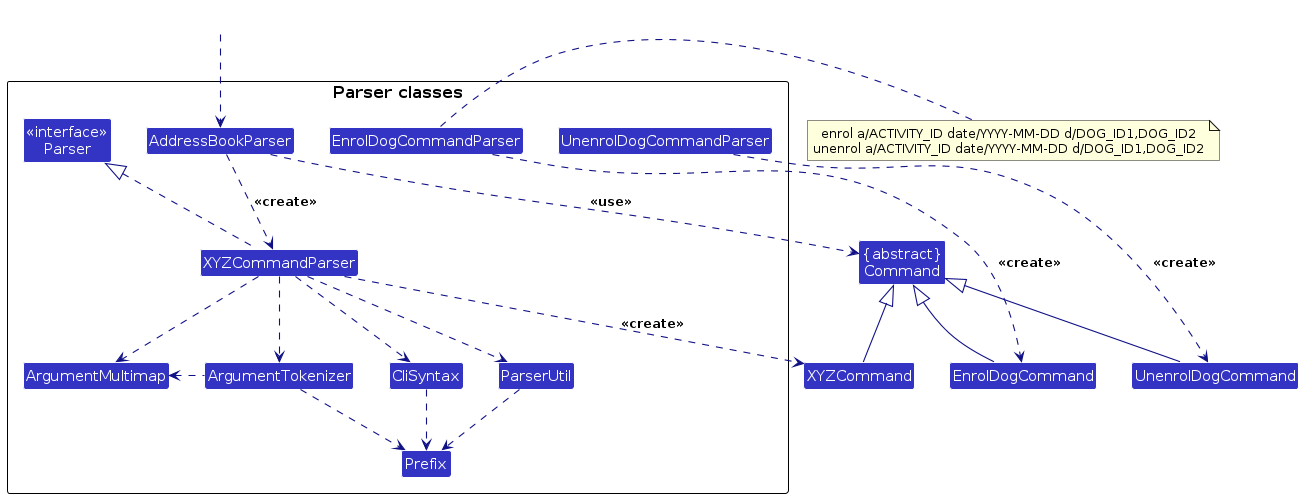
This is diagrams/ParserClasses.png from AY2627S1-CS2103T-T15-4/tp, a PlantUML export, as it was before one commit. Its source is kept beside it as diagrams/ParserClasses.puml.
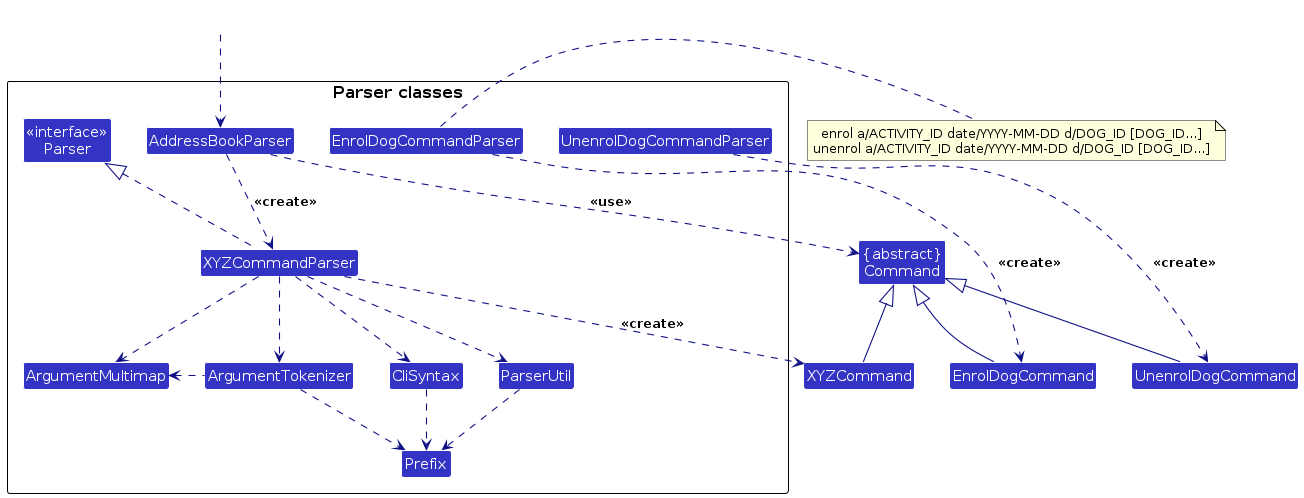
Later version of the same file.

The edit, as a diff of the source:
```diff
@@ -42,7 +42,7 @@
 EnrolDogCommand -up-|> Command
 UnenrolDogCommand -up-|> Command
 note right of EnrolDogCommandParser
-  enrol a/ACTIVITY_ID date/YYYY-MM-DD d/DOG_ID1,DOG_ID2
-  unenrol a/ACTIVITY_ID date/YYYY-MM-DD d/DOG_ID1,DOG_ID2
+  enrol a/ACTIVITY_ID date/YYYY-MM-DD d/DOG_ID [DOG_ID...]
+  unenrol a/ACTIVITY_ID date/YYYY-MM-DD d/DOG_ID [DOG_ID...]
 end note
 @enduml
```
